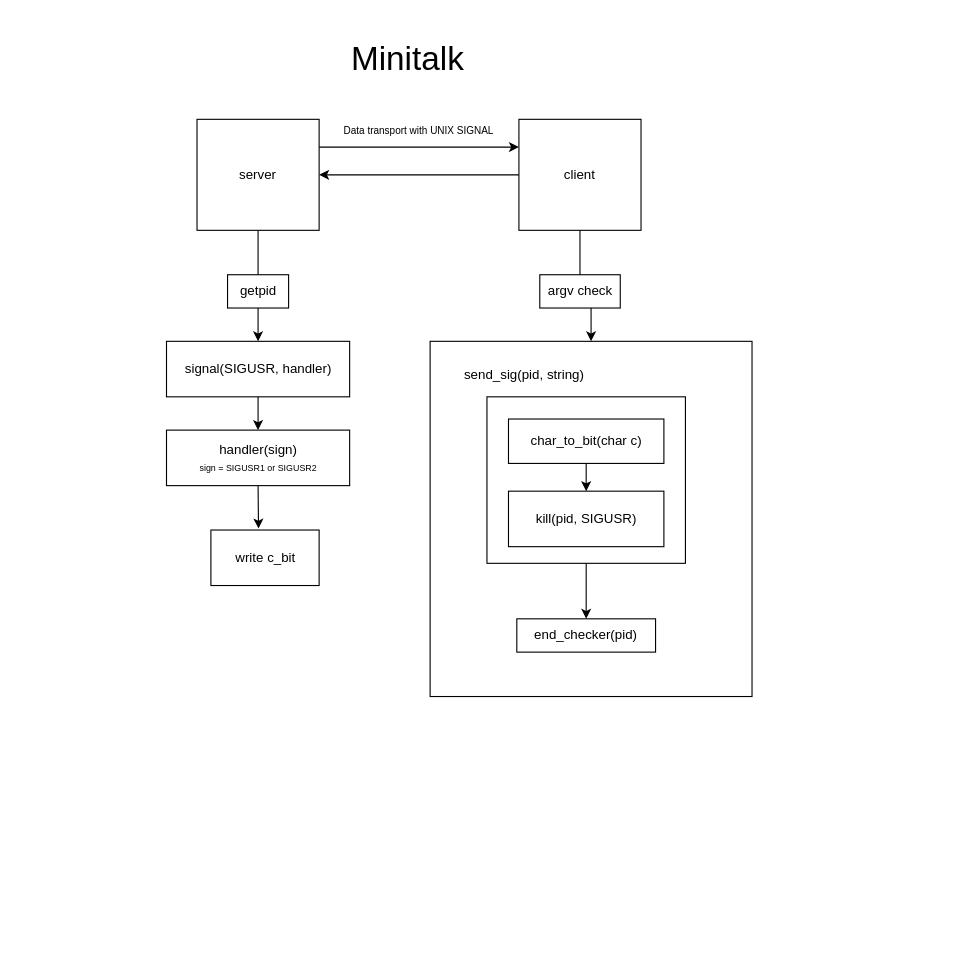
This is process.drawio from aseungbo/42_minitalk, a draw.io file, before an edit. Source tidied: cells renumbered, new cells numbered last; positions are measured from the earlier drawing's top-left corner, leaving out a move shared by most shapes. Both pictures are drawn from the tidied source at 111%, with x=0, y=0 at pixel (165, 19).
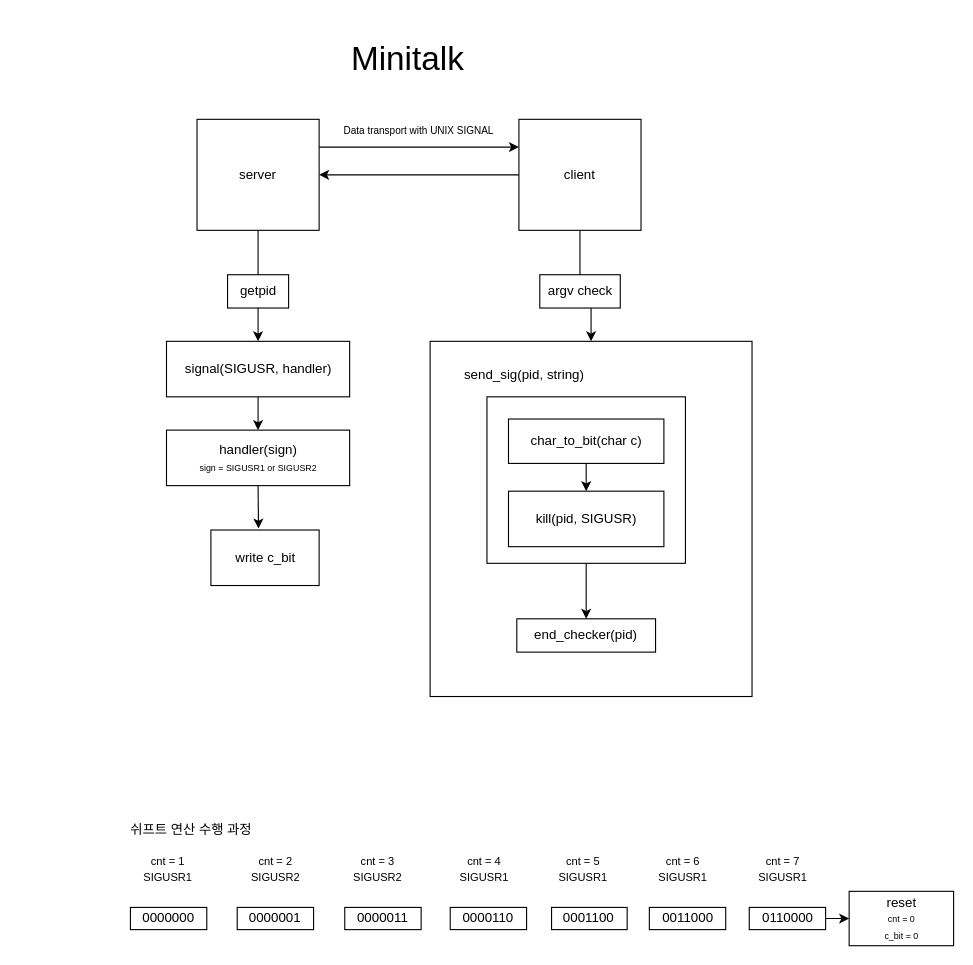
The same diagram, later.

Diff of the diagram source:
```diff
@@
+    <mxCell id="26" value="0000000" style="rounded=0;whiteSpace=wrap;html=1;shadow=0;" parent="1" vertex="1">
+      <mxGeometry x="-32" y="800" width="68.8" height="20" as="geometry" />
+    </mxCell>
+    <mxCell id="27" value="0000001" style="rounded=0;whiteSpace=wrap;html=1;shadow=0;" parent="1" vertex="1">
+      <mxGeometry x="64.2" y="800" width="68.8" height="20" as="geometry" />
+    </mxCell>
+    <mxCell id="28" value="쉬프트 연산 수행 과정" style="text;html=1;strokeColor=none;fillColor=none;align=center;verticalAlign=middle;whiteSpace=wrap;rounded=0;shadow=0;" parent="1" vertex="1">
+      <mxGeometry x="-132" y="720" width="310" height="20" as="geometry" />
+    </mxCell>
+    <mxCell id="29" value="0000011" style="rounded=0;whiteSpace=wrap;html=1;shadow=0;" parent="1" vertex="1">
+      <mxGeometry x="161.1" y="800" width="68.8" height="20" as="geometry" />
+    </mxCell>
+    <mxCell id="30" value="0000110" style="rounded=0;whiteSpace=wrap;html=1;shadow=0;" parent="1" vertex="1">
+      <mxGeometry x="256.1" y="800" width="68.8" height="20" as="geometry" />
+    </mxCell>
+    <mxCell id="31" value="0001100" style="rounded=0;whiteSpace=wrap;html=1;shadow=0;" parent="1" vertex="1">
+      <mxGeometry x="347.4" y="800" width="68.1" height="20" as="geometry" />
+    </mxCell>
+    <mxCell id="32" value="0011000" style="rounded=0;whiteSpace=wrap;html=1;shadow=0;" parent="1" vertex="1">
+      <mxGeometry x="435.5" y="800" width="68.8" height="20" as="geometry" />
+    </mxCell>
+    <mxCell id="33" style="edgeStyle=orthogonalEdgeStyle;rounded=0;jettySize=auto;html=1;" parent="1" edge="1" source="34" target="42">
+      <mxGeometry relative="1" as="geometry" />
+    </mxCell>
+    <mxCell id="34" value="0110000" style="rounded=0;whiteSpace=wrap;html=1;shadow=0;" parent="1" vertex="1">
+      <mxGeometry x="525.5" y="800" width="68.8" height="20" as="geometry" />
+    </mxCell>
+    <mxCell id="35" value="&lt;font style=&quot;font-size: 10px&quot;&gt;cnt = 1&lt;br&gt;SIGUSR1&lt;/font&gt;" style="text;html=1;strokeColor=none;fillColor=none;align=center;verticalAlign=middle;whiteSpace=wrap;rounded=0;shadow=0;" parent="1" vertex="1">
+      <mxGeometry x="-27.6" y="740" width="60" height="50" as="geometry" />
+    </mxCell>
+    <mxCell id="36" value="&lt;font style=&quot;font-size: 10px&quot;&gt;cnt = 2&lt;br&gt;SIGUSR2&lt;br&gt;&lt;/font&gt;" style="text;html=1;strokeColor=none;fillColor=none;align=center;verticalAlign=middle;whiteSpace=wrap;rounded=0;shadow=0;" parent="1" vertex="1">
+      <mxGeometry x="68.6" y="740" width="60" height="50" as="geometry" />
+    </mxCell>
+    <mxCell id="37" value="&lt;font style=&quot;font-size: 10px&quot;&gt;cnt = 3&lt;br&gt;SIGUSR2&lt;br&gt;&lt;/font&gt;" style="text;html=1;strokeColor=none;fillColor=none;align=center;verticalAlign=middle;whiteSpace=wrap;rounded=0;shadow=0;" parent="1" vertex="1">
+      <mxGeometry x="161.1" y="740" width="60" height="50" as="geometry" />
+    </mxCell>
+    <mxCell id="38" value="&lt;font style=&quot;font-size: 10px&quot;&gt;cnt = 4&lt;br&gt;SIGUSR1&lt;br&gt;&lt;/font&gt;" style="text;html=1;strokeColor=none;fillColor=none;align=center;verticalAlign=middle;whiteSpace=wrap;rounded=0;shadow=0;" parent="1" vertex="1">
+      <mxGeometry x="257.4" y="740" width="60" height="50" as="geometry" />
+    </mxCell>
+    <mxCell id="39" value="&lt;font style=&quot;font-size: 10px&quot;&gt;cnt = 5&lt;br&gt;SIGUSR1&lt;br&gt;&lt;/font&gt;" style="text;html=1;strokeColor=none;fillColor=none;align=center;verticalAlign=middle;whiteSpace=wrap;rounded=0;shadow=0;" parent="1" vertex="1">
+      <mxGeometry x="345.5" y="740" width="60" height="50" as="geometry" />
+    </mxCell>
+    <mxCell id="40" value="&lt;font style=&quot;font-size: 10px&quot;&gt;cnt = 6&lt;br&gt;SIGUSR1&lt;br&gt;&lt;/font&gt;" style="text;html=1;strokeColor=none;fillColor=none;align=center;verticalAlign=middle;whiteSpace=wrap;rounded=0;shadow=0;" parent="1" vertex="1">
+      <mxGeometry x="435.5" y="740" width="60" height="50" as="geometry" />
+    </mxCell>
+    <mxCell id="41" value="&lt;font style=&quot;font-size: 10px&quot;&gt;cnt = 7&lt;br&gt;SIGUSR1&lt;br&gt;&lt;/font&gt;" style="text;html=1;strokeColor=none;fillColor=none;align=center;verticalAlign=middle;whiteSpace=wrap;rounded=0;shadow=0;" parent="1" vertex="1">
+      <mxGeometry x="525.5" y="740" width="60" height="50" as="geometry" />
+    </mxCell>
+    <mxCell id="42" value="reset&lt;br&gt;&lt;font style=&quot;font-size: 8px&quot;&gt;cnt = 0&lt;br&gt;c_bit = 0&lt;/font&gt;" style="whiteSpace=wrap;html=1;rounded=0;shadow=0;" parent="1" vertex="1">
+      <mxGeometry x="615.5" y="785.5" width="94.1" height="49" as="geometry" />
+    </mxCell>
```
